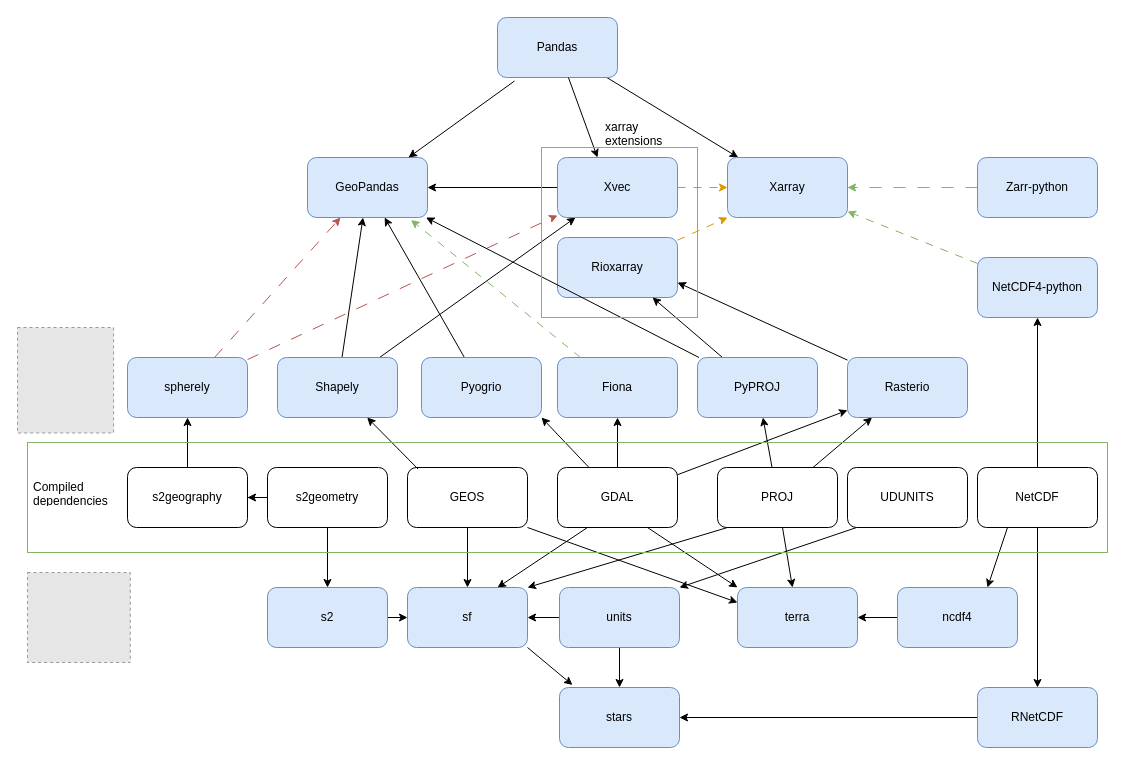
Before: geopythonR.drawio in edzer/sdsl, a draw.io diagram. Source tidied: cells renumbered, new cells numbered last; positions are measured from the earlier drawing's top-left corner, leaving out a move shared by most shapes. Both pictures are drawn from the tidied source at 100%, with x=0, y=0 at pixel (17, 17). Pictures stored in the file or linked from it are replaced by grey dashed boxes.
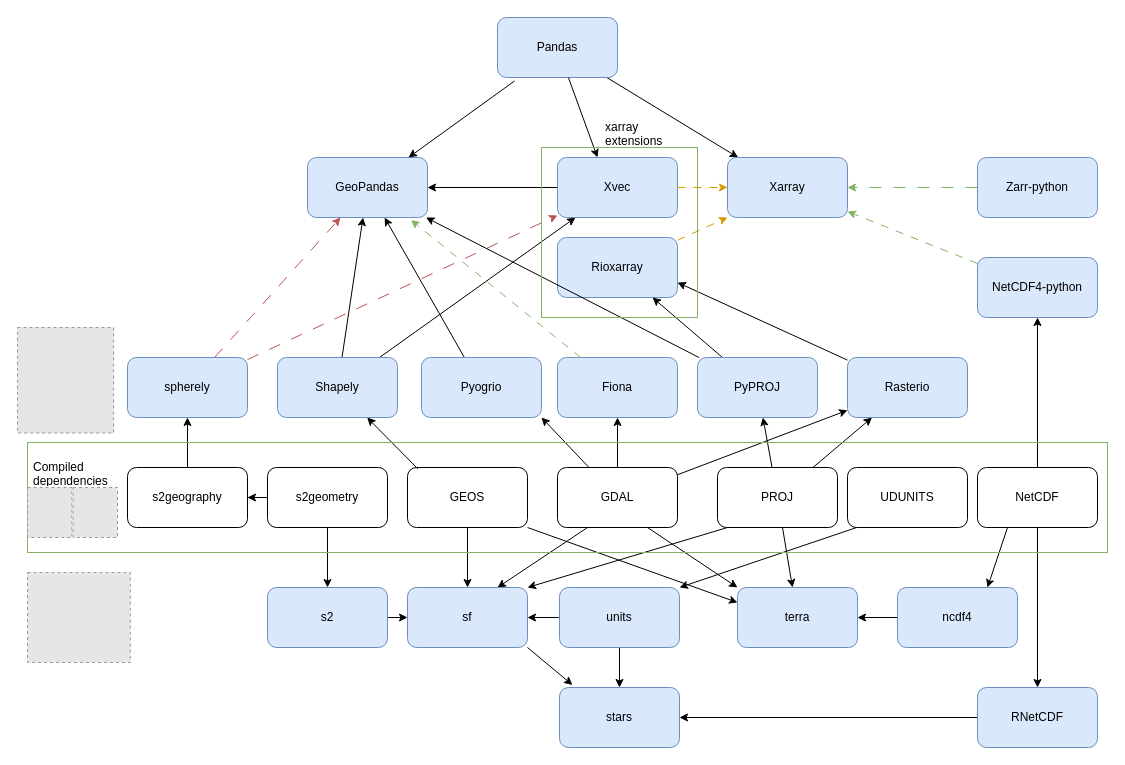
The same diagram, later.

Change to the diagram source:
```diff
@@
     <mxCell id="49" value="Compiled dependencies" style="text;strokeColor=none;fillColor=none;align=left;verticalAlign=middle;spacingLeft=4;spacingRight=4;overflow=hidden;whiteSpace=wrap;html=1;" parent="1" vertex="1">
-      <mxGeometry x="10" y="460" width="90" height="30" as="geometry" />
+      <mxGeometry x="10" y="440" width="90" height="30" as="geometry" />
     </mxCell>
@@
+    <mxCell id="77" style="fillColor=#E6E6E6;strokeColor=#999999;dashed=1;verticalLabelPosition=bottom;labelBackgroundColor=default;verticalAlign=top;" parent="1" vertex="1">
+      <mxGeometry x="55.6" y="470" width="44.4" height="50" as="geometry" />
+    </mxCell>
+    <mxCell id="78" style="fillColor=#E6E6E6;strokeColor=#999999;dashed=1;verticalLabelPosition=bottom;labelBackgroundColor=default;verticalAlign=top;" parent="1" vertex="1">
+      <mxGeometry x="10" y="470" width="44.4" height="50" as="geometry" />
+    </mxCell>
```
